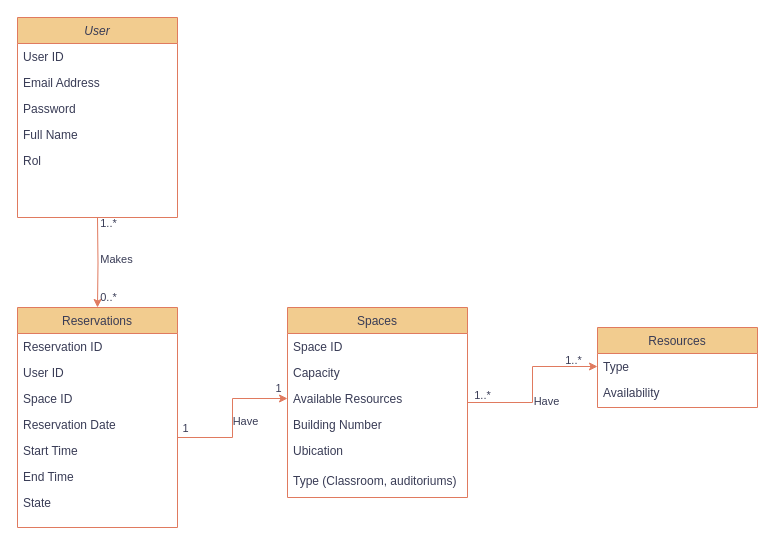
This is diagrams/domain_model.drawio from Dalolito/EafitSpaces, a draw.io file, before an edit. Source tidied: cells renumbered, new cells numbered last; positions are measured from the earlier drawing's top-left corner, leaving out a move shared by most shapes. Both pictures are drawn from the tidied source at 100%, with x=0, y=0 at pixel (17, 17).
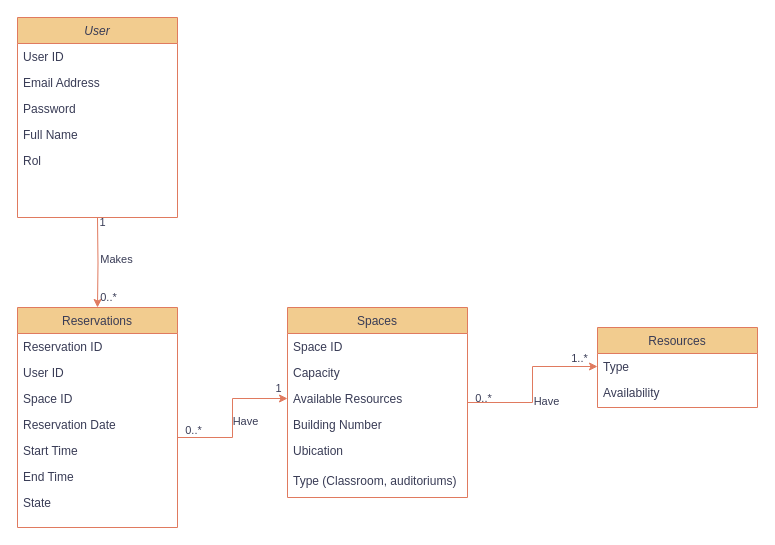
The same page after the edit.

Commit message:
Domain model changes

Unchanged cells that the change refers to:
```xml
<mxCell id="2" style="edgeStyle=orthogonalEdgeStyle;rounded=0;jettySize=auto;html=1;entryX=0.5;entryY=0;entryDx=0;entryDy=0;labelBackgroundColor=none;strokeColor=#E07A5F;fontColor=default;" parent="1" edge="1" target="30">
  <mxGeometry relative="1" as="geometry">
    <mxPoint x="80" y="200" as="sourcePoint" />
  </mxGeometry>
</mxCell>
<mxCell id="12" style="edgeStyle=orthogonalEdgeStyle;rounded=0;jettySize=auto;html=1;entryX=0;entryY=0.5;entryDx=0;entryDy=0;labelBackgroundColor=none;strokeColor=#E07A5F;fontColor=default;" parent="1" edge="1" source="16" target="24">
  <mxGeometry relative="1" as="geometry" />
</mxCell>
<mxCell id="26" style="edgeStyle=orthogonalEdgeStyle;rounded=0;jettySize=auto;html=1;entryX=0;entryY=0.5;entryDx=0;entryDy=0;labelBackgroundColor=none;strokeColor=#E07A5F;fontColor=default;" parent="1" edge="1" source="30" target="19">
  <mxGeometry relative="1" as="geometry">
    <Array as="points">
      <mxPoint x="215" y="420" />
      <mxPoint x="215" y="381" />
    </Array>
  </mxGeometry>
</mxCell>
```

What changed in the source:
```diff
@@
-    <mxCell id="4" value="1..*" style="edgeLabel;html=1;align=center;verticalAlign=middle;labelBackgroundColor=none;fontColor=#393C56;" parent="2" vertex="1">
+    <mxCell id="4" value="1" style="edgeLabel;html=1;align=center;verticalAlign=middle;labelBackgroundColor=none;fontColor=#393C56;" parent="2" vertex="1">
       <mxGeometry x="-0.87" y="2" relative="1" as="geometry">
-        <mxPoint x="8" as="offset" />
+        <mxPoint x="2" y="-1" as="offset" />
       </mxGeometry>
     </mxCell>
@@
     <mxCell id="14" value="1..*" style="edgeLabel;html=1;align=center;verticalAlign=middle;labelBackgroundColor=none;fontColor=#393C56;" parent="12" vertex="1">
       <mxGeometry x="-0.84" relative="1" as="geometry">
-        <mxPoint x="1" y="-8" as="offset" />
+        <mxPoint x="98" y="-45" as="offset" />
       </mxGeometry>
     </mxCell>
-    <mxCell id="15" value="1..*" style="edgeLabel;html=1;align=center;verticalAlign=middle;labelBackgroundColor=none;fontColor=#393C56;" parent="12" vertex="1">
-      <mxGeometry x="0.75" y="1" relative="1" as="geometry">
-        <mxPoint x="-4" y="-6" as="offset" />
-      </mxGeometry>
-    </mxCell>
@@
-    <mxCell id="28" value="1" style="edgeLabel;html=1;align=center;verticalAlign=middle;labelBackgroundColor=none;fontColor=#393C56;" parent="26" vertex="1">
-      <mxGeometry x="-0.91" y="1" relative="1" as="geometry">
-        <mxPoint y="-9" as="offset" />
-      </mxGeometry>
-    </mxCell>
@@
+    <mxCell id="38" value="0..*" style="edgeLabel;html=1;align=center;verticalAlign=middle;labelBackgroundColor=none;fontColor=#393C56;" parent="1" vertex="1">
+      <mxGeometry x="80" y="343" as="geometry">
+        <mxPoint x="95" y="69" as="offset" />
+      </mxGeometry>
+    </mxCell>
+    <mxCell id="39" value="0..*" style="edgeLabel;html=1;align=center;verticalAlign=middle;labelBackgroundColor=none;fontColor=#393C56;" parent="1" vertex="1">
+      <mxGeometry x="2" y="330" as="geometry">
+        <mxPoint x="463" y="50" as="offset" />
+      </mxGeometry>
+    </mxCell>
```
